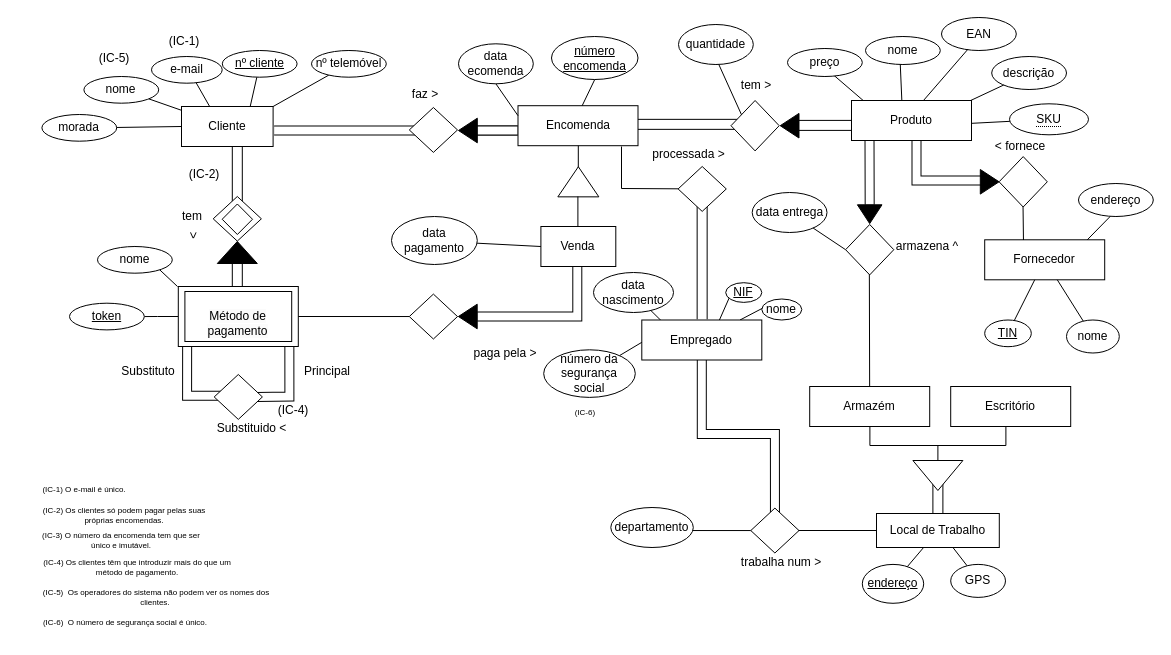
SamuelGoncalves8/Bd-project keeps this draw.io diagram as Diagrama sem nome.drawio. Above is the earlier version. Source tidied: cells renumbered, new cells numbered last; positions are measured from the earlier drawing's top-left corner, leaving out a move shared by most shapes. Both pictures are drawn from the tidied source at 100%, with x=0, y=0 at pixel (17, 17).
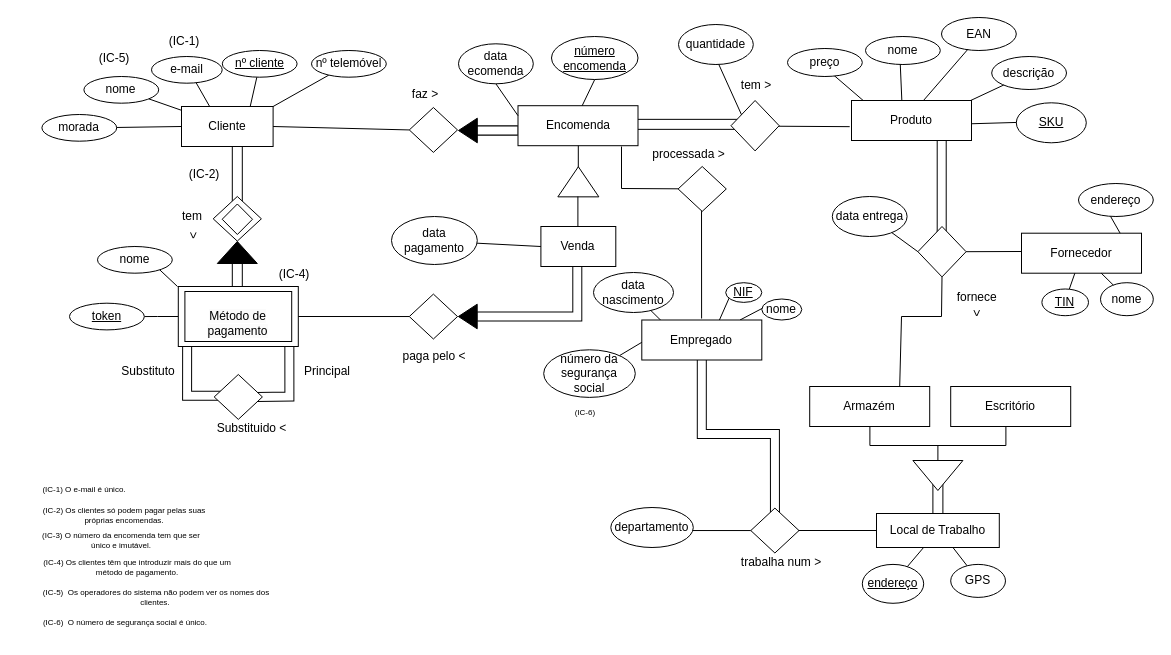
The same diagram, later.

The change refers to these unchanged cells:
```xml
<mxCell id="26" value="&lt;div&gt;Cliente&lt;/div&gt;" style="rounded=0;whiteSpace=wrap;html=1;" parent="1" vertex="1">
  <mxGeometry x="164" y="89" width="91.6" height="40" as="geometry" />
</mxCell>
<mxCell id="79" value="Armazém" style="rounded=0;whiteSpace=wrap;html=1;" parent="1" vertex="1">
  <mxGeometry x="792.2" y="369" width="120" height="40" as="geometry" />
</mxCell>
<mxCell id="95" style="rhombus;whiteSpace=wrap;html=1;" parent="1" vertex="1">
  <mxGeometry x="391.8" y="90" width="48.2" height="44.9" as="geometry" />
</mxCell>
<mxCell id="97" style="rhombus;whiteSpace=wrap;html=1;" parent="1" vertex="1">
  <mxGeometry x="713.5" y="83" width="48.2" height="50.4" as="geometry" />
</mxCell>
<mxCell id="131" value="Produto" style="rounded=0;whiteSpace=wrap;html=1;" parent="1" vertex="1">
  <mxGeometry x="834" y="83" width="120" height="40" as="geometry" />
</mxCell>
```

The edit, as a diff of the source:
```diff
@@
+    <mxCell id="133" style="endArrow=none;html=1;rounded=0;exitX=-0.015;exitY=0.654;exitDx=0;exitDy=0;entryX=0.841;entryY=0.51;entryDx=0;entryDy=0;entryPerimeter=0;exitPerimeter=0;" parent="1" edge="1" source="131" target="97">
+      <mxGeometry relative="1" as="geometry" />
+    </mxCell>
+    <mxCell id="134" style="endArrow=none;html=1;rounded=0;exitX=0.515;exitY=0.883;exitDx=0;exitDy=0;exitPerimeter=0;" parent="1" edge="1">
+      <mxGeometry relative="1" as="geometry">
+        <mxPoint x="684" y="169" as="sourcePoint" />
+        <mxPoint x="684.1" y="301" as="targetPoint" />
+      </mxGeometry>
+    </mxCell>
@@
-    <mxCell id="7" style="shape=partialRectangle;whiteSpace=wrap;html=1;left=0;right=0;fillColor=none;rotation=90;" parent="1" vertex="1">
-      <mxGeometry x="617.7" y="229.3" width="133.9" height="10" as="geometry" />
-    </mxCell>
@@
-    <mxCell id="13" style="shape=filledEdge;curved=0;rounded=0;fixDash=1;endArrow=none;strokeWidth=10;fillColor=#ffffff;edgeStyle=orthogonalEdgeStyle;html=1;exitX=1;exitY=0.5;exitDx=0;exitDy=0;" parent="1" edge="1">
-      <mxGeometry relative="1" as="geometry">
-        <mxPoint x="256.6" y="113" as="sourcePoint" />
-        <mxPoint x="404" y="113" as="targetPoint" />
-      </mxGeometry>
-    </mxCell>
-    <mxCell id="14" style="shape=filledEdge;curved=0;rounded=0;fixDash=1;endArrow=none;strokeWidth=10;fillColor=#ffffff;edgeStyle=orthogonalEdgeStyle;html=1;" parent="1" edge="1" target="81">
-      <mxGeometry relative="1" as="geometry">
-        <mxPoint x="854" y="119" as="sourcePoint" />
-        <Array as="points">
-          <mxPoint x="852" y="119" />
-        </Array>
-      </mxGeometry>
-    </mxCell>
@@
-    <mxCell id="16" style="shape=filledEdge;curved=0;rounded=0;fixDash=1;endArrow=none;strokeWidth=10;fillColor=#ffffff;edgeStyle=orthogonalEdgeStyle;html=1;" parent="1" edge="1" source="131">
+    <mxCell id="16" style="shape=filledEdge;curved=0;rounded=0;fixDash=1;endArrow=none;strokeWidth=10;fillColor=#ffffff;edgeStyle=orthogonalEdgeStyle;html=1;entryX=0.493;entryY=0.065;entryDx=0;entryDy=0;entryPerimeter=0;" parent="1" edge="1" source="131" target="100">
       <mxGeometry relative="1" as="geometry">
-        <mxPoint x="964" y="163" as="targetPoint" />
         <Array as="points">
-          <mxPoint x="899" y="163" />
+          <mxPoint x="924" y="229" />
         </Array>
       </mxGeometry>
     </mxCell>
@@
-    <mxCell id="23" style="shape=partialRectangle;whiteSpace=wrap;html=1;top=0;bottom=0;fillColor=none;rotation=-90;" parent="1" vertex="1">
-      <mxGeometry x="802.4" y="81.1" width="10" height="53.6" as="geometry" />
-    </mxCell>
@@
     <mxCell id="44" value="&lt;div&gt;&lt;font style=&quot;font-size: 12px;&quot;&gt;(IC-4)&lt;/font&gt;&lt;/div&gt;" style="text;html=1;strokeColor=none;fillColor=none;align=center;verticalAlign=middle;whiteSpace=wrap;rounded=0;fontSize=8;" parent="1" vertex="1">
-      <mxGeometry x="244" y="377" width="64.2" height="32" as="geometry" />
+      <mxGeometry x="244.9" y="241" width="64.2" height="32" as="geometry" />
     </mxCell>
@@
-    <mxCell id="59" style="triangle;whiteSpace=wrap;html=1;rotation=-180;fillColor=#000000;" parent="1" vertex="1">
-      <mxGeometry x="762.7" y="95.9" width="18.8" height="24.6" as="geometry" />
-    </mxCell>
@@
-    <mxCell id="64" value="&lt;span style=&quot;border-bottom: 1px dotted&quot;&gt;SKU&lt;/span&gt;" style="ellipse;whiteSpace=wrap;html=1;align=center;" parent="1" vertex="1">
-      <mxGeometry x="992" y="86.3" width="79" height="31" as="geometry" />
-    </mxCell>
@@
-    <mxCell id="69" style="endArrow=none;html=1;rounded=0;exitX=1;exitY=0.5;exitDx=0;exitDy=0;" parent="1" edge="1" target="64">
+    <mxCell id="69" style="endArrow=none;html=1;rounded=0;exitX=1;exitY=0.5;exitDx=0;exitDy=0;entryX=0.217;entryY=0.48;entryDx=0;entryDy=0;entryPerimeter=0;" parent="1" edge="1" target="64">
       <mxGeometry relative="1" as="geometry">
         <mxPoint x="935.4" y="106.8" as="sourcePoint" />
       </mxGeometry>
     </mxCell>
     <mxCell id="70" value="Fornecedor" style="rounded=0;whiteSpace=wrap;html=1;" parent="1" vertex="1">
-      <mxGeometry x="967.2" y="222.3" width="120" height="40" as="geometry" />
+      <mxGeometry x="1004" y="215.7" width="120" height="40" as="geometry" />
     </mxCell>
-    <mxCell id="71" style="endArrow=none;html=1;rounded=0;entryX=0.323;entryY=0.005;entryDx=0;entryDy=0;exitX=0.515;exitY=0.883;exitDx=0;exitDy=0;exitPerimeter=0;entryPerimeter=0;" parent="1" edge="1" target="70">
+    <mxCell id="71" style="endArrow=none;html=1;rounded=0;exitX=1;exitY=0.5;exitDx=0;exitDy=0;" parent="1" edge="1" source="100">
       <mxGeometry relative="1" as="geometry">
-        <mxPoint x="1005.4" y="177.3" as="sourcePoint" />
+        <mxPoint x="1004" y="234" as="targetPoint" />
       </mxGeometry>
     </mxCell>
-    <mxCell id="72" value="&lt;div&gt;&amp;lt; fornece&lt;/div&gt;" style="text;html=1;strokeColor=none;fillColor=none;align=center;verticalAlign=middle;whiteSpace=wrap;rounded=0;rotation=0;" parent="1" vertex="1">
-      <mxGeometry x="972.6" y="114.4" width="60" height="30" as="geometry" />
+    <mxCell id="72" value="&lt;div&gt;&amp;nbsp;fornece&lt;/div&gt;" style="text;html=1;strokeColor=none;fillColor=none;align=center;verticalAlign=middle;whiteSpace=wrap;rounded=0;rotation=0;" parent="1" vertex="1">
+      <mxGeometry x="928" y="265" width="60" height="30" as="geometry" />
     </mxCell>
-    <mxCell id="73" style="triangle;whiteSpace=wrap;html=1;rotation=0;fillColor=#000000;" parent="1" vertex="1">
-      <mxGeometry x="962.8" y="152" width="18.8" height="24.6" as="geometry" />
-    </mxCell>
     <mxCell id="74" value="nome" style="ellipse;whiteSpace=wrap;html=1;" parent="1" vertex="1">
-      <mxGeometry x="1049" y="302.5" width="52.8" height="33" as="geometry" />
+      <mxGeometry x="1083" y="265.2" width="52.8" height="33" as="geometry" />
     </mxCell>
     <mxCell id="75" value="TIN" style="ellipse;whiteSpace=wrap;html=1;fontStyle=4;" parent="1" vertex="1">
-      <mxGeometry x="967.2" y="302.5" width="46.6" height="26.7" as="geometry" />
+      <mxGeometry x="1024.4" y="271.5" width="46.6" height="26.7" as="geometry" />
     </mxCell>
@@
-    <mxCell id="78" value="armazena ^" style="text;html=1;strokeColor=none;fillColor=none;align=center;verticalAlign=middle;whiteSpace=wrap;rounded=0;rotation=0;" parent="1" vertex="1">
-      <mxGeometry x="876.3" y="214" width="68.4" height="30" as="geometry" />
-    </mxCell>
@@
-    <mxCell id="80" style="endArrow=none;html=1;rounded=0;exitX=0.515;exitY=0.883;exitDx=0;exitDy=0;exitPerimeter=0;" parent="1" edge="1" target="79">
-      <mxGeometry relative="1" as="geometry">
-        <mxPoint x="851.8" y="237" as="sourcePoint" />
-      </mxGeometry>
-    </mxCell>
-    <mxCell id="81" style="triangle;whiteSpace=wrap;html=1;rotation=90;fillColor=#000000;" parent="1" vertex="1">
-      <mxGeometry x="842.8" y="184.4" width="18.8" height="24.6" as="geometry" />
-    </mxCell>
     <mxCell id="82" value="data entrega" style="ellipse;whiteSpace=wrap;html=1;" parent="1" vertex="1">
-      <mxGeometry x="734.7" y="175" width="74.8" height="40" as="geometry" />
+      <mxGeometry x="814.8" y="179" width="74.8" height="40" as="geometry" />
     </mxCell>
-    <mxCell id="83" style="endArrow=none;html=1;rounded=0;entryX=0;entryY=0.5;entryDx=0;entryDy=0;" parent="1" edge="1" source="82" target="101">
+    <mxCell id="83" style="endArrow=none;html=1;rounded=0;entryX=0;entryY=0.5;entryDx=0;entryDy=0;" parent="1" edge="1" source="82" target="100">
       <mxGeometry relative="1" as="geometry" />
     </mxCell>
@@
     <mxCell id="100" style="rhombus;whiteSpace=wrap;html=1;" parent="1" vertex="1">
-      <mxGeometry x="981.6" y="139.1" width="48.2" height="50.4" as="geometry" />
+      <mxGeometry x="900.4" y="209" width="48.2" height="50.4" as="geometry" />
     </mxCell>
-    <mxCell id="101" style="rhombus;whiteSpace=wrap;html=1;" parent="1" vertex="1">
-      <mxGeometry x="828.1" y="207" width="48.2" height="50.4" as="geometry" />
-    </mxCell>
@@
-    <mxCell id="103" value="paga pela &amp;gt;" style="text;html=1;strokeColor=none;fillColor=none;align=center;verticalAlign=middle;whiteSpace=wrap;rounded=0;rotation=0;" parent="1" vertex="1">
-      <mxGeometry x="445.8" y="321.4" width="84.2" height="30" as="geometry" />
+    <mxCell id="103" value="paga pelo &amp;lt;" style="text;html=1;strokeColor=none;fillColor=none;align=center;verticalAlign=middle;whiteSpace=wrap;rounded=0;rotation=0;" parent="1" vertex="1">
+      <mxGeometry x="374.8" y="324" width="84.2" height="30" as="geometry" />
     </mxCell>
@@
+    <mxCell id="135" style="endArrow=none;html=1;rounded=0;exitX=0;exitY=0.5;exitDx=0;exitDy=0;entryX=1;entryY=0.5;entryDx=0;entryDy=0;" parent="1" edge="1" source="95" target="26">
+      <mxGeometry relative="1" as="geometry" />
+    </mxCell>
+    <mxCell id="136" style="endArrow=none;html=1;rounded=0;exitX=0.5;exitY=1;exitDx=0;exitDy=0;entryX=0.75;entryY=0;entryDx=0;entryDy=0;" parent="1" edge="1" source="100" target="79">
+      <mxGeometry relative="1" as="geometry">
+        <Array as="points">
+          <mxPoint x="924" y="299" />
+          <mxPoint x="884" y="299" />
+        </Array>
+      </mxGeometry>
+    </mxCell>
+    <mxCell id="137" value="&amp;lt;" style="text;html=1;strokeColor=none;fillColor=none;align=center;verticalAlign=middle;whiteSpace=wrap;rounded=0;rotation=-90;" parent="1" vertex="1">
+      <mxGeometry x="930.6" y="281.3" width="60" height="30" as="geometry" />
+    </mxCell>
+    <mxCell id="64" value="SKU" style="ellipse;whiteSpace=wrap;html=1;fontStyle=4;" parent="1" vertex="1">
+      <mxGeometry x="998.8" y="85.3" width="70" height="40" as="geometry" />
+    </mxCell>
```
